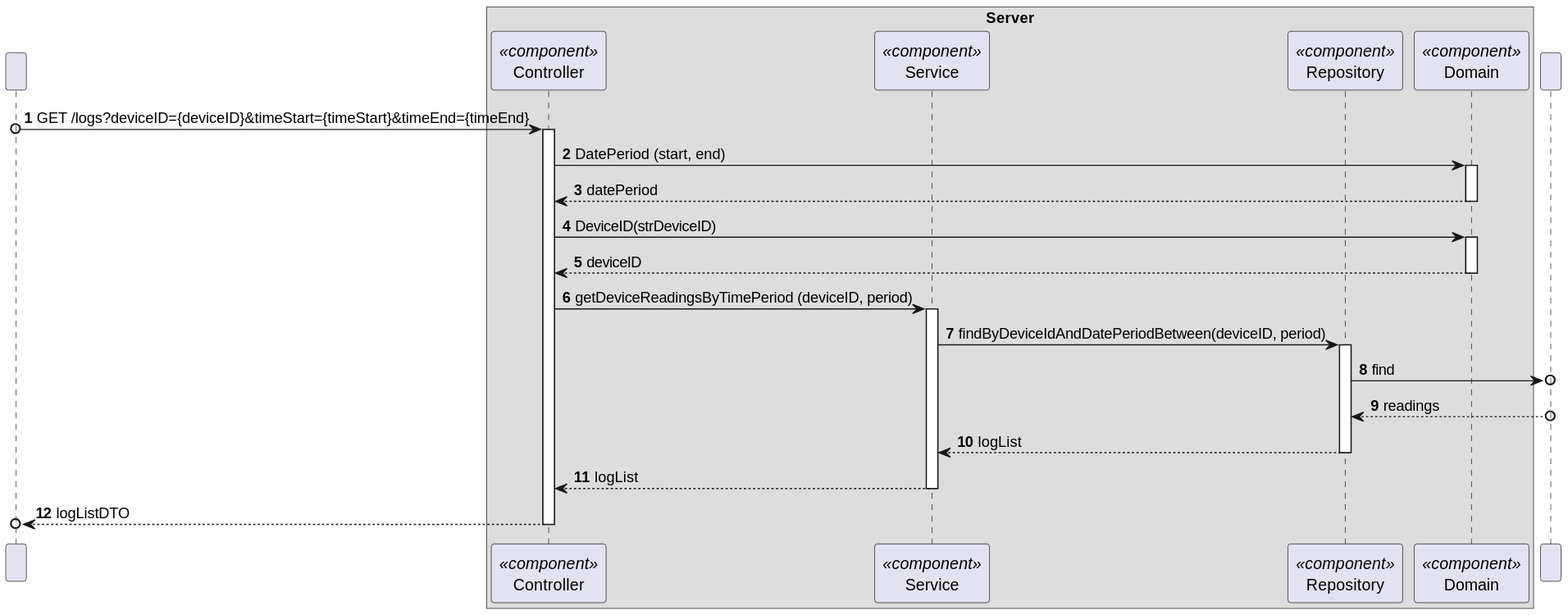
The PlantUML diagram docs/C4_4plus1_models/Level4/ProcessView/ProcessViewLevel4_UC11_v1.svg in moutajDev/smarthome, before a commit.
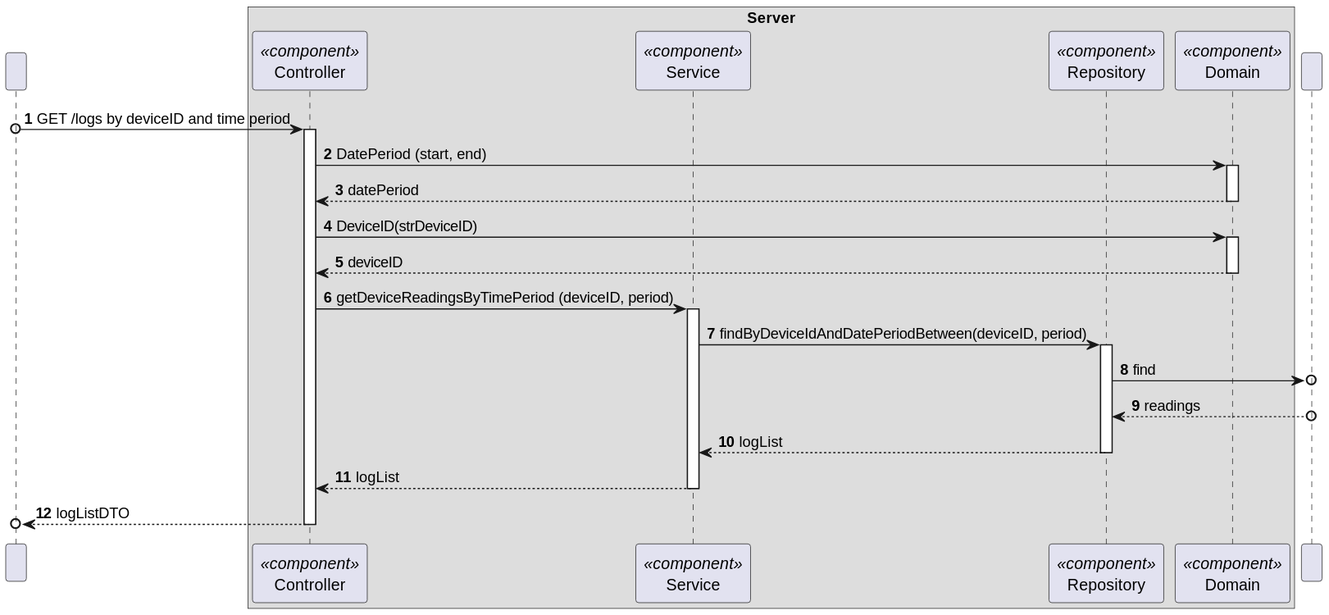
The same diagram one commit later.

Diff of the diagram source:
```diff
@@ -14,7 +14,7 @@
 
 participant " " as BD
 
-User o-> CTRL : GET /logs?deviceID={deviceID}&timeStart={timeStart}&timeEnd={timeEnd}
+User o-> CTRL : GET /logs by deviceID and time period
 activate CTRL
 CTRL -> DOM : DatePeriod (start, end)
 activate DOM
```
